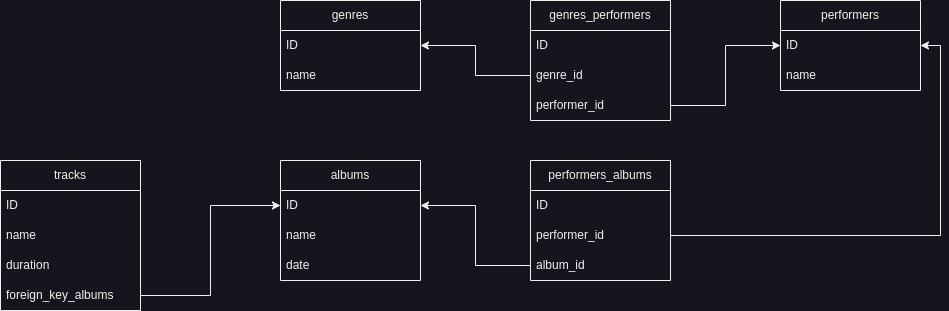
The draw.io diagram CPPSQL7_2_1.drawio.png in GarDeN-bear/CPPSQL7_2, before a commit. Source tidied: cells renumbered, new cells last; positions are measured from the earlier drawing's top-left corner, leaving out a move shared by most shapes.
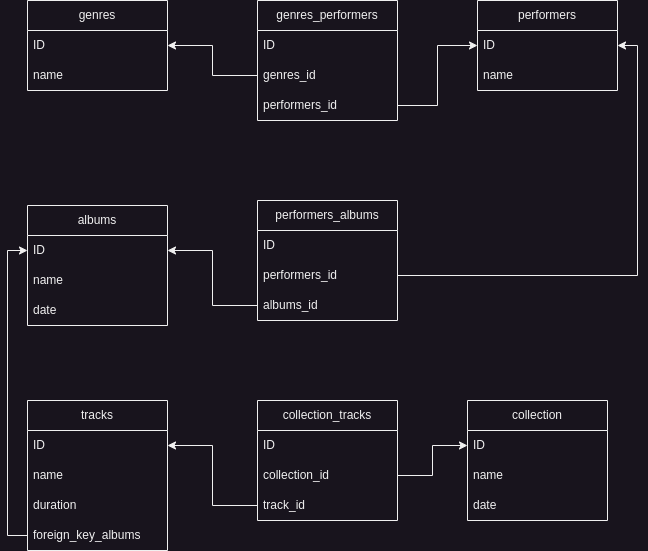
After the commit.

Commit message:
added collection in CPPSQL7_2_1 and CPPSQL7_8_2 done

Change to the diagram source:
```diff
@@ -3,88 +3,118 @@
     <mxCell id="0" />
     <mxCell id="1" parent="0" />
     <mxCell id="2" value="genres" style="swimlane;fontStyle=0;horizontal=1;startSize=30;whiteSpace=wrap;html=1;" parent="1" vertex="1">
-      <mxGeometry x="280" width="140" height="90" as="geometry" />
+      <mxGeometry x="320" width="140" height="90" as="geometry" />
     </mxCell>
-    <mxCell id="3" value="ID" style="text;strokeColor=none;fillColor=none;align=left;verticalAlign=middle;spacingLeft=4;spacingRight=4;overflow=hidden;points=[[0,0.5],[1,0.5]];portConstraint=eastwest;whiteSpace=wrap;html=1;" parent="2" vertex="1">
-      <mxGeometry y="30" width="140" height="30" as="geometry" />
-    </mxCell>
-    <mxCell id="4" value="name" style="text;strokeColor=none;fillColor=none;align=left;verticalAlign=middle;spacingLeft=4;spacingRight=4;overflow=hidden;whiteSpace=wrap;html=1;" parent="2" vertex="1">
-      <mxGeometry y="60" width="140" height="30" as="geometry" />
-    </mxCell>
+    <mxCell id="30" value="ID" style="text;strokeColor=none;fillColor=none;align=left;verticalAlign=middle;spacingLeft=4;spacingRight=4;overflow=hidden;points=[[0,0.5],[1,0.5]];portConstraint=eastwest;whiteSpace=wrap;html=1;" parent="2" vertex="1">
+      <mxGeometry y="30" width="140" height="30" as="geometry" />
+    </mxCell>
+    <mxCell id="31" value="name" style="text;strokeColor=none;fillColor=none;align=left;verticalAlign=middle;spacingLeft=4;spacingRight=4;overflow=hidden;whiteSpace=wrap;html=1;" parent="2" vertex="1">
+      <mxGeometry y="60" width="140" height="30" as="geometry" />
+    </mxCell>
     <mxCell id="5" value="performers" style="swimlane;fontStyle=0;horizontal=1;startSize=30;whiteSpace=wrap;html=1;" parent="1" vertex="1">
-      <mxGeometry x="780" width="140" height="90" as="geometry" />
+      <mxGeometry x="770" width="140" height="90" as="geometry" />
     </mxCell>
-    <mxCell id="6" value="ID" style="text;strokeColor=none;fillColor=none;align=left;verticalAlign=middle;spacingLeft=4;spacingRight=4;overflow=hidden;points=[[0,0.5],[1,0.5]];portConstraint=eastwest;whiteSpace=wrap;html=1;" parent="5" vertex="1">
-      <mxGeometry y="30" width="140" height="30" as="geometry" />
-    </mxCell>
-    <mxCell id="7" value="name" style="text;strokeColor=none;fillColor=none;align=left;verticalAlign=middle;spacingLeft=4;spacingRight=4;overflow=hidden;whiteSpace=wrap;html=1;" parent="5" vertex="1">
-      <mxGeometry y="60" width="140" height="30" as="geometry" />
-    </mxCell>
+    <mxCell id="32" value="ID" style="text;strokeColor=none;fillColor=none;align=left;verticalAlign=middle;spacingLeft=4;spacingRight=4;overflow=hidden;points=[[0,0.5],[1,0.5]];portConstraint=eastwest;whiteSpace=wrap;html=1;" parent="5" vertex="1">
+      <mxGeometry y="30" width="140" height="30" as="geometry" />
+    </mxCell>
+    <mxCell id="33" value="name" style="text;strokeColor=none;fillColor=none;align=left;verticalAlign=middle;spacingLeft=4;spacingRight=4;overflow=hidden;whiteSpace=wrap;html=1;" parent="5" vertex="1">
+      <mxGeometry y="60" width="140" height="30" as="geometry" />
+    </mxCell>
     <mxCell id="8" value="albums" style="swimlane;fontStyle=0;horizontal=1;startSize=30;whiteSpace=wrap;html=1;" parent="1" vertex="1">
-      <mxGeometry x="280" y="160" width="140" height="120" as="geometry" />
+      <mxGeometry x="320" y="205" width="140" height="120" as="geometry" />
     </mxCell>
-    <mxCell id="9" value="ID" style="text;strokeColor=none;fillColor=none;align=left;verticalAlign=middle;spacingLeft=4;spacingRight=4;overflow=hidden;points=[[0,0.5],[1,0.5]];portConstraint=eastwest;whiteSpace=wrap;html=1;" parent="8" vertex="1">
-      <mxGeometry y="30" width="140" height="30" as="geometry" />
-    </mxCell>
-    <mxCell id="10" value="name" style="text;strokeColor=none;fillColor=none;align=left;verticalAlign=middle;spacingLeft=4;spacingRight=4;overflow=hidden;whiteSpace=wrap;html=1;" parent="8" vertex="1">
-      <mxGeometry y="60" width="140" height="30" as="geometry" />
-    </mxCell>
-    <mxCell id="11" value="date" style="text;strokeColor=none;fillColor=none;align=left;verticalAlign=middle;spacingLeft=4;spacingRight=4;overflow=hidden;whiteSpace=wrap;html=1;" parent="8" vertex="1">
-      <mxGeometry y="90" width="140" height="30" as="geometry" />
-    </mxCell>
+    <mxCell id="34" value="ID" style="text;strokeColor=none;fillColor=none;align=left;verticalAlign=middle;spacingLeft=4;spacingRight=4;overflow=hidden;points=[[0,0.5],[1,0.5]];portConstraint=eastwest;whiteSpace=wrap;html=1;" parent="8" vertex="1">
+      <mxGeometry y="30" width="140" height="30" as="geometry" />
+    </mxCell>
+    <mxCell id="35" value="name" style="text;strokeColor=none;fillColor=none;align=left;verticalAlign=middle;spacingLeft=4;spacingRight=4;overflow=hidden;whiteSpace=wrap;html=1;" parent="8" vertex="1">
+      <mxGeometry y="60" width="140" height="30" as="geometry" />
+    </mxCell>
+    <mxCell id="36" value="date" style="text;strokeColor=none;fillColor=none;align=left;verticalAlign=middle;spacingLeft=4;spacingRight=4;overflow=hidden;whiteSpace=wrap;html=1;" parent="8" vertex="1">
+      <mxGeometry y="90" width="140" height="30" as="geometry" />
+    </mxCell>
     <mxCell id="12" value="tracks" style="swimlane;fontStyle=0;horizontal=1;startSize=30;whiteSpace=wrap;html=1;" parent="1" vertex="1">
-      <mxGeometry y="160" width="140" height="150" as="geometry" />
+      <mxGeometry x="320" y="400" width="140" height="150" as="geometry" />
     </mxCell>
-    <mxCell id="13" value="ID" style="text;strokeColor=none;fillColor=none;align=left;verticalAlign=middle;spacingLeft=4;spacingRight=4;overflow=hidden;whiteSpace=wrap;html=1;" parent="12" vertex="1">
-      <mxGeometry y="30" width="140" height="30" as="geometry" />
-    </mxCell>
-    <mxCell id="14" value="name" style="text;strokeColor=none;fillColor=none;align=left;verticalAlign=middle;spacingLeft=4;spacingRight=4;overflow=hidden;whiteSpace=wrap;html=1;" parent="12" vertex="1">
-      <mxGeometry y="60" width="140" height="30" as="geometry" />
-    </mxCell>
+    <mxCell id="37" value="ID" style="text;strokeColor=none;fillColor=none;align=left;verticalAlign=middle;spacingLeft=4;spacingRight=4;overflow=hidden;points=[[0,0.5],[1,0.5]];portConstraint=eastwest;whiteSpace=wrap;html=1;" parent="12" vertex="1">
+      <mxGeometry y="30" width="140" height="30" as="geometry" />
+    </mxCell>
+    <mxCell id="38" value="name" style="text;strokeColor=none;fillColor=none;align=left;verticalAlign=middle;spacingLeft=4;spacingRight=4;overflow=hidden;whiteSpace=wrap;html=1;" parent="12" vertex="1">
+      <mxGeometry y="60" width="140" height="30" as="geometry" />
+    </mxCell>
     <mxCell id="15" value="duration" style="text;strokeColor=none;fillColor=none;align=left;verticalAlign=middle;spacingLeft=4;spacingRight=4;overflow=hidden;whiteSpace=wrap;html=1;" parent="12" vertex="1">
       <mxGeometry y="90" width="140" height="30" as="geometry" />
     </mxCell>
     <mxCell id="16" value="foreign_key_albums" style="text;strokeColor=none;fillColor=none;align=left;verticalAlign=middle;spacingLeft=4;spacingRight=4;overflow=hidden;points=[[0,0.5],[1,0.5]];portConstraint=eastwest;whiteSpace=wrap;html=1;" parent="12" vertex="1">
       <mxGeometry y="120" width="140" height="30" as="geometry" />
     </mxCell>
-    <mxCell id="17" style="edgeStyle=orthogonalEdgeStyle;rounded=0;jettySize=auto;html=1;" parent="1" edge="1" source="16" target="9">
-      <mxGeometry relative="1" as="geometry" />
-    </mxCell>
     <mxCell id="18" value="genres_performers" style="swimlane;fontStyle=0;horizontal=1;startSize=30;whiteSpace=wrap;html=1;" parent="1" vertex="1">
-      <mxGeometry x="530" width="140" height="120" as="geometry" />
+      <mxGeometry x="550" width="140" height="120" as="geometry" />
     </mxCell>
-    <mxCell id="19" value="ID" style="text;strokeColor=none;fillColor=none;align=left;verticalAlign=middle;spacingLeft=4;spacingRight=4;overflow=hidden;whiteSpace=wrap;html=1;" parent="18" vertex="1">
-      <mxGeometry y="30" width="140" height="30" as="geometry" />
-    </mxCell>
-    <mxCell id="20" value="genre_id" style="text;strokeColor=none;fillColor=none;align=left;verticalAlign=middle;spacingLeft=4;spacingRight=4;overflow=hidden;points=[[0,0.5],[1,0.5]];portConstraint=eastwest;whiteSpace=wrap;html=1;" parent="18" vertex="1">
-      <mxGeometry y="60" width="140" height="30" as="geometry" />
-    </mxCell>
-    <mxCell id="21" value="performer_id" style="text;strokeColor=none;fillColor=none;align=left;verticalAlign=middle;spacingLeft=4;spacingRight=4;overflow=hidden;points=[[0,0.5],[1,0.5]];portConstraint=eastwest;whiteSpace=wrap;html=1;" parent="18" vertex="1">
-      <mxGeometry y="90" width="140" height="30" as="geometry" />
-    </mxCell>
+    <mxCell id="39" value="ID" style="text;strokeColor=none;fillColor=none;align=left;verticalAlign=middle;spacingLeft=4;spacingRight=4;overflow=hidden;whiteSpace=wrap;html=1;" parent="18" vertex="1">
+      <mxGeometry y="30" width="140" height="30" as="geometry" />
+    </mxCell>
+    <mxCell id="40" value="genres_id" style="text;strokeColor=none;fillColor=none;align=left;verticalAlign=middle;spacingLeft=4;spacingRight=4;overflow=hidden;points=[[0,0.5],[1,0.5]];portConstraint=eastwest;whiteSpace=wrap;html=1;" parent="18" vertex="1">
+      <mxGeometry y="60" width="140" height="30" as="geometry" />
+    </mxCell>
+    <mxCell id="41" value="performers_id" style="text;strokeColor=none;fillColor=none;align=left;verticalAlign=middle;spacingLeft=4;spacingRight=4;overflow=hidden;points=[[0,0.5],[1,0.5]];portConstraint=eastwest;whiteSpace=wrap;html=1;" parent="18" vertex="1">
+      <mxGeometry y="90" width="140" height="30" as="geometry" />
+    </mxCell>
     <mxCell id="22" value="performers_albums" style="swimlane;fontStyle=0;horizontal=1;startSize=30;whiteSpace=wrap;html=1;" parent="1" vertex="1">
-      <mxGeometry x="530" y="160" width="140" height="120" as="geometry" />
+      <mxGeometry x="550" y="200" width="140" height="120" as="geometry" />
     </mxCell>
-    <mxCell id="23" value="ID" style="text;strokeColor=none;fillColor=none;align=left;verticalAlign=middle;spacingLeft=4;spacingRight=4;overflow=hidden;whiteSpace=wrap;html=1;" parent="22" vertex="1">
-      <mxGeometry y="30" width="140" height="30" as="geometry" />
-    </mxCell>
-    <mxCell id="24" value="performer_id" style="text;strokeColor=none;fillColor=none;align=left;verticalAlign=middle;spacingLeft=4;spacingRight=4;overflow=hidden;points=[[0,0.5],[1,0.5]];portConstraint=eastwest;whiteSpace=wrap;html=1;" parent="22" vertex="1">
-      <mxGeometry y="60" width="140" height="30" as="geometry" />
-    </mxCell>
-    <mxCell id="25" value="album_id" style="text;strokeColor=none;fillColor=none;align=left;verticalAlign=middle;spacingLeft=4;spacingRight=4;overflow=hidden;points=[[0,0.5],[1,0.5]];portConstraint=eastwest;whiteSpace=wrap;html=1;" parent="22" vertex="1">
-      <mxGeometry y="90" width="140" height="30" as="geometry" />
-    </mxCell>
-    <mxCell id="26" style="edgeStyle=orthogonalEdgeStyle;rounded=0;jettySize=auto;html=1;entryX=1;entryY=0.5;entryDx=0;entryDy=0;" parent="1" edge="1" source="20" target="3">
-      <mxGeometry relative="1" as="geometry" />
-    </mxCell>
-    <mxCell id="27" style="edgeStyle=orthogonalEdgeStyle;rounded=0;jettySize=auto;html=1;entryX=0;entryY=0.5;entryDx=0;entryDy=0;" parent="1" edge="1" source="21" target="6">
-      <mxGeometry relative="1" as="geometry" />
-    </mxCell>
-    <mxCell id="28" style="edgeStyle=orthogonalEdgeStyle;rounded=0;jettySize=auto;html=1;entryX=1;entryY=0.5;entryDx=0;entryDy=0;" parent="1" edge="1" source="24" target="6">
-      <mxGeometry relative="1" as="geometry" />
-    </mxCell>
-    <mxCell id="29" style="edgeStyle=orthogonalEdgeStyle;rounded=0;jettySize=auto;html=1;entryX=1;entryY=0.5;entryDx=0;entryDy=0;" parent="1" edge="1" source="25" target="9">
-      <mxGeometry relative="1" as="geometry" />
-    </mxCell>
+    <mxCell id="42" value="ID" style="text;strokeColor=none;fillColor=none;align=left;verticalAlign=middle;spacingLeft=4;spacingRight=4;overflow=hidden;whiteSpace=wrap;html=1;" parent="22" vertex="1">
+      <mxGeometry y="30" width="140" height="30" as="geometry" />
+    </mxCell>
+    <mxCell id="43" value="performers_id" style="text;strokeColor=none;fillColor=none;align=left;verticalAlign=middle;spacingLeft=4;spacingRight=4;overflow=hidden;points=[[0,0.5],[1,0.5]];portConstraint=eastwest;whiteSpace=wrap;html=1;" parent="22" vertex="1">
+      <mxGeometry y="60" width="140" height="30" as="geometry" />
+    </mxCell>
+    <mxCell id="44" value="albums_id" style="text;strokeColor=none;fillColor=none;align=left;verticalAlign=middle;spacingLeft=4;spacingRight=4;overflow=hidden;points=[[0,0.5],[1,0.5]];portConstraint=eastwest;whiteSpace=wrap;html=1;" parent="22" vertex="1">
+      <mxGeometry y="90" width="140" height="30" as="geometry" />
+    </mxCell>
+    <mxCell id="45" value="collection_tracks" style="swimlane;fontStyle=0;horizontal=1;startSize=30;whiteSpace=wrap;html=1;" parent="1" vertex="1">
+      <mxGeometry x="550" y="400" width="140" height="120" as="geometry" />
+    </mxCell>
+    <mxCell id="46" value="ID" style="text;strokeColor=none;fillColor=none;align=left;verticalAlign=middle;spacingLeft=4;spacingRight=4;overflow=hidden;whiteSpace=wrap;html=1;" parent="45" vertex="1">
+      <mxGeometry y="30" width="140" height="30" as="geometry" />
+    </mxCell>
+    <mxCell id="47" value="collection_id" style="text;strokeColor=none;fillColor=none;align=left;verticalAlign=middle;spacingLeft=4;spacingRight=4;overflow=hidden;points=[[0,0.5],[1,0.5]];portConstraint=eastwest;whiteSpace=wrap;html=1;" parent="45" vertex="1">
+      <mxGeometry y="60" width="140" height="30" as="geometry" />
+    </mxCell>
+    <mxCell id="48" value="track_id" style="text;strokeColor=none;fillColor=none;align=left;verticalAlign=middle;spacingLeft=4;spacingRight=4;overflow=hidden;points=[[0,0.5],[1,0.5]];portConstraint=eastwest;whiteSpace=wrap;html=1;" parent="45" vertex="1">
+      <mxGeometry y="90" width="140" height="30" as="geometry" />
+    </mxCell>
+    <mxCell id="49" value="collection" style="swimlane;fontStyle=0;horizontal=1;startSize=30;whiteSpace=wrap;html=1;" parent="1" vertex="1">
+      <mxGeometry x="760" y="400" width="140" height="120" as="geometry" />
+    </mxCell>
+    <mxCell id="50" value="ID" style="text;strokeColor=none;fillColor=none;align=left;verticalAlign=middle;spacingLeft=4;spacingRight=4;overflow=hidden;points=[[0,0.5],[1,0.5]];portConstraint=eastwest;whiteSpace=wrap;html=1;" parent="49" vertex="1">
+      <mxGeometry y="30" width="140" height="30" as="geometry" />
+    </mxCell>
+    <mxCell id="51" value="name" style="text;strokeColor=none;fillColor=none;align=left;verticalAlign=middle;spacingLeft=4;spacingRight=4;overflow=hidden;whiteSpace=wrap;html=1;" parent="49" vertex="1">
+      <mxGeometry y="60" width="140" height="30" as="geometry" />
+    </mxCell>
+    <mxCell id="52" value="date" style="text;strokeColor=none;fillColor=none;align=left;verticalAlign=middle;spacingLeft=4;spacingRight=4;overflow=hidden;whiteSpace=wrap;html=1;" parent="49" vertex="1">
+      <mxGeometry y="90" width="140" height="30" as="geometry" />
+    </mxCell>
+    <mxCell id="53" style="edgeStyle=orthogonalEdgeStyle;rounded=0;jettySize=auto;html=1;exitX=0;exitY=0.5;exitDx=0;exitDy=0;entryX=1;entryY=0.5;entryDx=0;entryDy=0;" parent="1" edge="1" source="40" target="30">
+      <mxGeometry relative="1" as="geometry" />
+    </mxCell>
+    <mxCell id="54" style="edgeStyle=orthogonalEdgeStyle;rounded=0;jettySize=auto;html=1;exitX=1;exitY=0.5;exitDx=0;exitDy=0;entryX=0;entryY=0.5;entryDx=0;entryDy=0;" parent="1" edge="1" source="41" target="32">
+      <mxGeometry relative="1" as="geometry" />
+    </mxCell>
+    <mxCell id="55" style="edgeStyle=orthogonalEdgeStyle;rounded=0;jettySize=auto;html=1;entryX=1;entryY=0.5;entryDx=0;entryDy=0;" parent="1" edge="1" source="43" target="32">
+      <mxGeometry relative="1" as="geometry" />
+    </mxCell>
+    <mxCell id="56" style="edgeStyle=orthogonalEdgeStyle;rounded=0;jettySize=auto;html=1;entryX=1;entryY=0.5;entryDx=0;entryDy=0;" parent="1" edge="1" source="44" target="34">
+      <mxGeometry relative="1" as="geometry" />
+    </mxCell>
+    <mxCell id="57" style="edgeStyle=orthogonalEdgeStyle;rounded=0;jettySize=auto;html=1;entryX=0;entryY=0.5;entryDx=0;entryDy=0;" parent="1" edge="1" source="16" target="34">
+      <mxGeometry relative="1" as="geometry" />
+    </mxCell>
+    <mxCell id="58" style="edgeStyle=orthogonalEdgeStyle;rounded=0;jettySize=auto;html=1;entryX=1;entryY=0.5;entryDx=0;entryDy=0;" parent="1" edge="1" source="48" target="37">
+      <mxGeometry relative="1" as="geometry" />
+    </mxCell>
+    <mxCell id="59" style="edgeStyle=orthogonalEdgeStyle;rounded=0;jettySize=auto;html=1;entryX=0;entryY=0.5;entryDx=0;entryDy=0;" parent="1" edge="1" source="47" target="50">
+      <mxGeometry relative="1" as="geometry" />
+    </mxCell>
   </root>
 </mxGraphModel>
```
